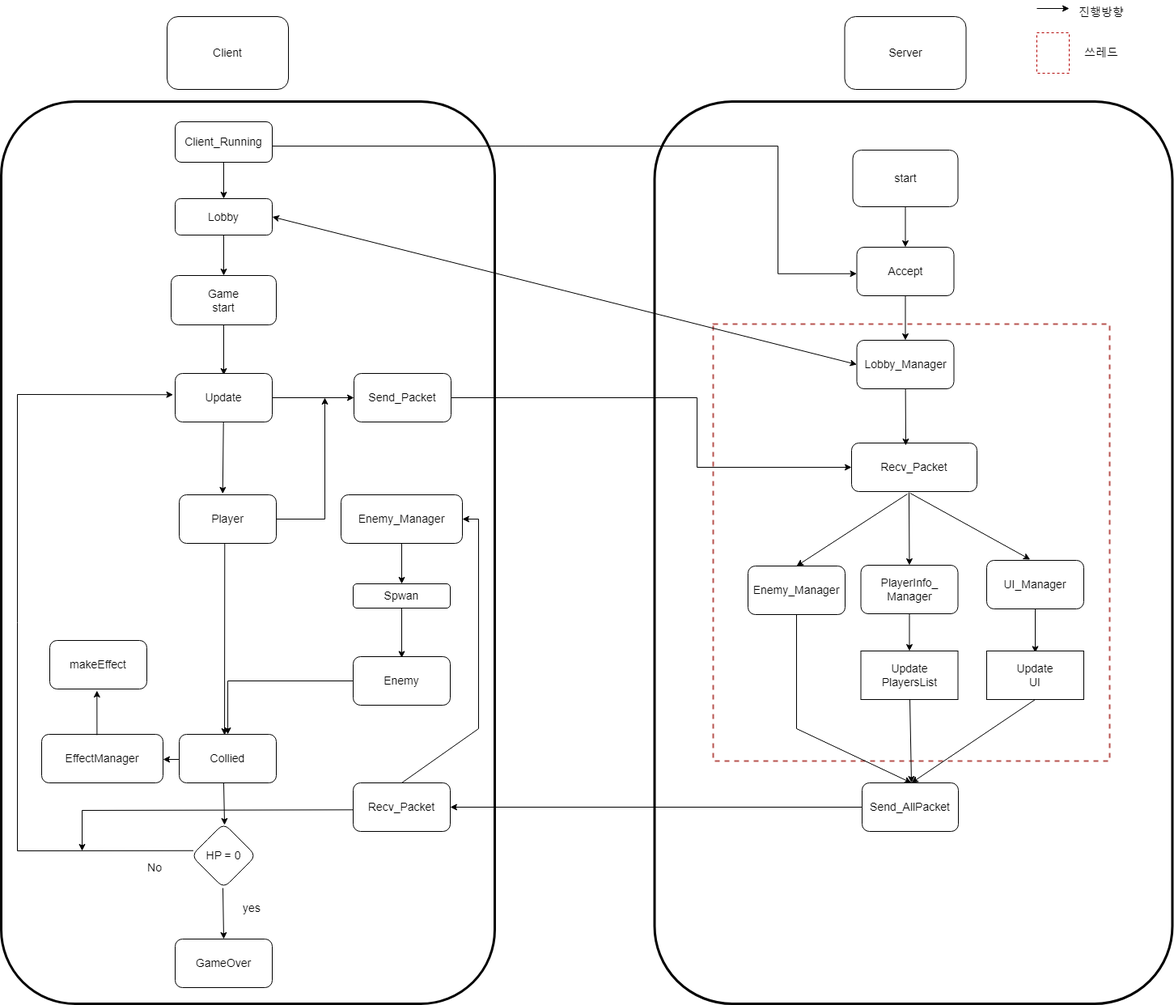
The draw.io diagram drawing/high_level_image.png in lhb0269/NetGameProject, before a commit. Source tidied: cells renumbered, new cells last; positions are measured from the earlier drawing's top-left corner, leaving out a move shared by most shapes.
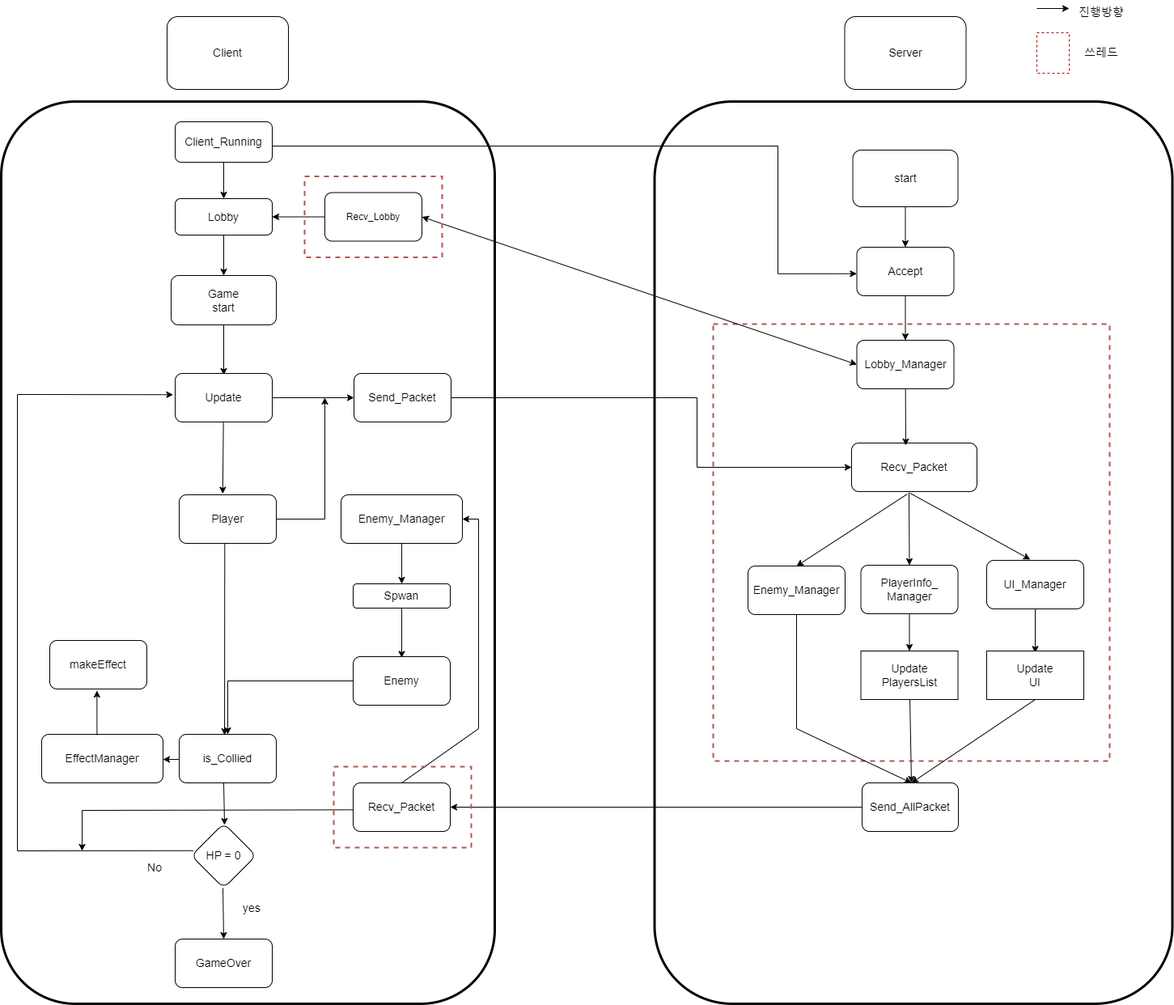
After the change.

Diff of the diagram source:
```diff
@@ -2,15 +2,15 @@
   <root>
     <mxCell id="0" />
     <mxCell id="1" parent="0" />
+    <mxCell id="4" style="rounded=1;whiteSpace=wrap;html=1;fillColor=none;strokeWidth=3;fontFamily=Helvetica;fontSize=14;" parent="1" vertex="1">
+      <mxGeometry y="125" width="610" height="1115" as="geometry" />
+    </mxCell>
     <mxCell id="2" style="rounded=1;whiteSpace=wrap;html=1;strokeWidth=3;fillColor=none;fontFamily=Helvetica;fontSize=14;" parent="1" vertex="1">
       <mxGeometry x="807.5" y="125" width="640" height="1115" as="geometry" />
     </mxCell>
     <mxCell id="3" style="rounded=0;whiteSpace=wrap;html=1;strokeWidth=2;fontFamily=Helvetica;fontSize=14;fillColor=none;dashed=1;strokeColor=#b85450;" parent="1" vertex="1">
       <mxGeometry x="880" y="400" width="490" height="540" as="geometry" />
     </mxCell>
-    <mxCell id="4" style="rounded=1;whiteSpace=wrap;html=1;fillColor=none;strokeWidth=3;fontFamily=Helvetica;fontSize=14;" parent="1" vertex="1">
-      <mxGeometry y="125" width="610" height="1115" as="geometry" />
-    </mxCell>
     <mxCell id="5" value="&lt;font style=&quot;font-size: 14px;&quot;&gt;Client&lt;/font&gt;" style="rounded=1;whiteSpace=wrap;html=1;fontFamily=Helvetica;fontSize=14;" parent="1" vertex="1">
       <mxGeometry x="205" y="20" width="150" height="90" as="geometry" />
     </mxCell>
@@ -71,7 +71,7 @@
     <mxCell id="21" value="Spwan" style="rounded=1;whiteSpace=wrap;html=1;fontSize=14;fontFamily=Helvetica;" parent="1" vertex="1">
       <mxGeometry x="435" y="721" width="120" height="30" as="geometry" />
     </mxCell>
-    <mxCell id="22" value="Collied" style="rounded=1;whiteSpace=wrap;html=1;shadow=0;fontSize=14;fillColor=none;fontFamily=Helvetica;" parent="1" vertex="1">
+    <mxCell id="22" value="is_Collied" style="rounded=1;whiteSpace=wrap;html=1;shadow=0;fontSize=14;fillColor=none;fontFamily=Helvetica;" parent="1" vertex="1">
       <mxGeometry x="220" y="907" width="120" height="60" as="geometry" />
     </mxCell>
     <mxCell id="23" style="endArrow=classic;html=1;rounded=0;fontSize=14;exitX=0.469;exitY=1;exitDx=0;exitDy=0;exitPerimeter=0;entryX=0.467;entryY=0.017;entryDx=0;entryDy=0;entryPerimeter=0;fontFamily=Helvetica;" parent="1" edge="1" source="18" target="22">
@@ -232,7 +232,7 @@
     <mxCell id="62" value="Lobby_Manager" style="rounded=1;whiteSpace=wrap;html=1;fontFamily=Helvetica;fontSize=14;" parent="1" vertex="1">
       <mxGeometry x="1057.5" y="420" width="120" height="60" as="geometry" />
     </mxCell>
-    <mxCell id="63" style="endArrow=classic;startArrow=classic;html=1;rounded=0;exitX=1;exitY=0.5;exitDx=0;exitDy=0;entryX=0;entryY=0.5;entryDx=0;entryDy=0;fontFamily=Helvetica;fontSize=14;" parent="1" edge="1" source="60" target="62">
+    <mxCell id="63" style="endArrow=classic;startArrow=classic;html=1;rounded=0;exitX=1;exitY=0.5;exitDx=0;exitDy=0;entryX=0;entryY=0.5;entryDx=0;entryDy=0;fontFamily=Helvetica;fontSize=14;" parent="1" edge="1" source="71" target="62">
       <mxGeometry relative="1" as="geometry" />
     </mxCell>
     <mxCell id="64" style="edgeStyle=none;rounded=0;jettySize=auto;html=1;entryX=1;entryY=0.5;entryDx=0;entryDy=0;strokeColor=default;fontFamily=Helvetica;fontSize=14;sourcePerimeterSpacing=0;exitX=0;exitY=0.5;exitDx=0;exitDy=0;" parent="1" edge="1" source="69" target="53">
@@ -256,5 +256,17 @@
     <mxCell id="69" value="Send_AllPacket" style="rounded=1;whiteSpace=wrap;html=1;strokeWidth=1;fontFamily=Helvetica;fontSize=14;fillColor=none;" parent="1" vertex="1">
       <mxGeometry x="1064" y="967" width="119" height="60" as="geometry" />
     </mxCell>
+    <mxCell id="70" style="edgeStyle=orthogonalEdgeStyle;rounded=0;jettySize=auto;html=1;entryX=1;entryY=0.5;entryDx=0;entryDy=0;" parent="1" edge="1" source="71" target="60">
+      <mxGeometry relative="1" as="geometry" />
+    </mxCell>
+    <mxCell id="71" value="Recv_Lobby" style="rounded=1;whiteSpace=wrap;html=1;" parent="1" vertex="1">
+      <mxGeometry x="400" y="237.5" width="120" height="60" as="geometry" />
+    </mxCell>
+    <mxCell id="72" style="rounded=0;whiteSpace=wrap;html=1;strokeWidth=2;fontFamily=Helvetica;fontSize=14;fillColor=none;dashed=1;strokeColor=#b85450;" parent="1" vertex="1">
+      <mxGeometry x="375" y="217.5" width="170" height="100" as="geometry" />
+    </mxCell>
+    <mxCell id="73" style="rounded=0;whiteSpace=wrap;html=1;strokeWidth=2;fontFamily=Helvetica;fontSize=14;fillColor=none;dashed=1;strokeColor=#b85450;" parent="1" vertex="1">
+      <mxGeometry x="411" y="947" width="170" height="100" as="geometry" />
+    </mxCell>
   </root>
 </mxGraphModel>
```
